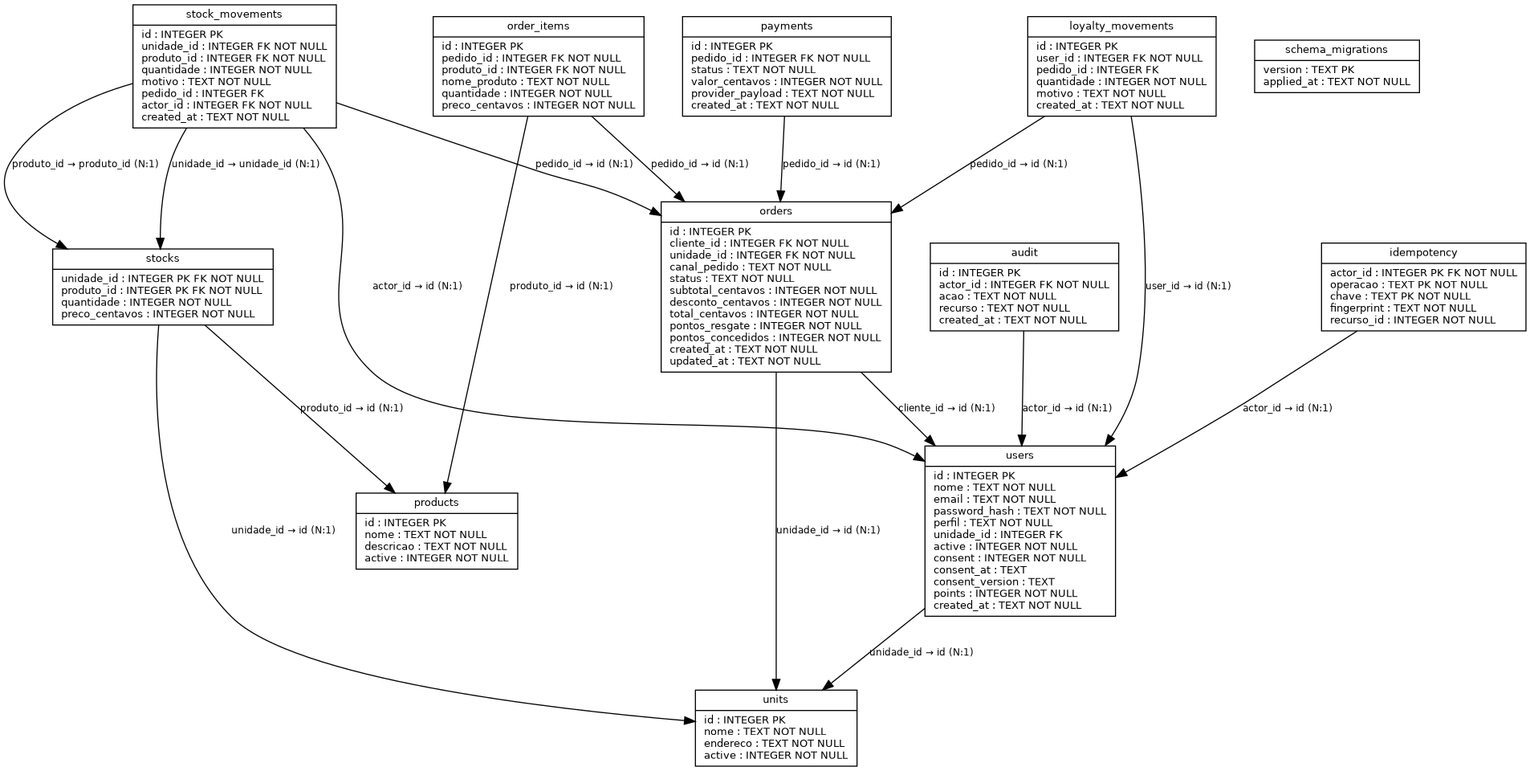
Earlier version of the Graphviz export docs/diagramas/der.png (jefersonrivaldo/raizes-do-nordeste). Its source is kept beside it as docs/diagramas/der.dot. The source it was exported from:
```dot
digraph ER { graph [rankdir=TB, bgcolor="white", nodesep=0.5, ranksep=0.8]; node [shape=record,fontname="DejaVu Sans",fontsize=10]; edge [fontname="DejaVu Sans",fontsize=9];audit [label="{audit|id : INTEGER PK\lactor_id : INTEGER FK NOT NULL\lacao : TEXT NOT NULL\lrecurso : TEXT NOT NULL\lcreated_at : TEXT NOT NULL\l}"];
idempotency [label="{idempotency|actor_id : INTEGER PK FK NOT NULL\loperacao : TEXT PK NOT NULL\lchave : TEXT PK NOT NULL\lfingerprint : TEXT NOT NULL\lrecurso_id : INTEGER NOT NULL\l}"];
loyalty_movements [label="{loyalty_movements|id : INTEGER PK\luser_id : INTEGER FK NOT NULL\lpedido_id : INTEGER FK\lquantidade : INTEGER NOT NULL\lmotivo : TEXT NOT NULL\lcreated_at : TEXT NOT NULL\l}"];
order_items [label="{order_items|id : INTEGER PK\lpedido_id : INTEGER FK NOT NULL\lproduto_id : INTEGER FK NOT NULL\lnome_produto : TEXT NOT NULL\lquantidade : INTEGER NOT NULL\lpreco_centavos : INTEGER NOT NULL\l}"];
orders [label="{orders|id : INTEGER PK\lcliente_id : INTEGER FK NOT NULL\lunidade_id : INTEGER FK NOT NULL\lcanal_pedido : TEXT NOT NULL\lstatus : TEXT NOT NULL\lsubtotal_centavos : INTEGER NOT NULL\ldesconto_centavos : INTEGER NOT NULL\ltotal_centavos : INTEGER NOT NULL\lpontos_resgate : INTEGER NOT NULL\lpontos_concedidos : INTEGER NOT NULL\lcreated_at : TEXT NOT NULL\lupdated_at : TEXT NOT NULL\l}"];
payments [label="{payments|id : INTEGER PK\lpedido_id : INTEGER FK NOT NULL\lstatus : TEXT NOT NULL\lvalor_centavos : INTEGER NOT NULL\lprovider_payload : TEXT NOT NULL\lcreated_at : TEXT NOT NULL\l}"];
products [label="{products|id : INTEGER PK\lnome : TEXT NOT NULL\ldescricao : TEXT NOT NULL\lactive : INTEGER NOT NULL\l}"];
schema_migrations [label="{schema_migrations|version : TEXT PK\lapplied_at : TEXT NOT NULL\l}"];
stock_movements [label="{stock_movements|id : INTEGER PK\lunidade_id : INTEGER FK NOT NULL\lproduto_id : INTEGER FK NOT NULL\lquantidade : INTEGER NOT NULL\lmotivo : TEXT NOT NULL\lpedido_id : INTEGER FK\lactor_id : INTEGER FK NOT NULL\lcreated_at : TEXT NOT NULL\l}"];
stocks [label="{stocks|unidade_id : INTEGER PK FK NOT NULL\lproduto_id : INTEGER PK FK NOT NULL\lquantidade : INTEGER NOT NULL\lpreco_centavos : INTEGER NOT NULL\l}"];
units [label="{units|id : INTEGER PK\lnome : TEXT NOT NULL\lendereco : TEXT NOT NULL\lactive : INTEGER NOT NULL\l}"];
users [label="{users|id : INTEGER PK\lnome : TEXT NOT NULL\lemail : TEXT NOT NULL\lpassword_hash : TEXT NOT NULL\lperfil : TEXT NOT NULL\lunidade_id : INTEGER FK\lactive : INTEGER NOT NULL\lconsent : INTEGER NOT NULL\lconsent_at : TEXT\lconsent_version : TEXT\lpoints : INTEGER NOT NULL\lcreated_at : TEXT NOT NULL\l}"];
audit -> users [label="actor_id → id (N:1)"];
idempotency -> users [label="actor_id → id (N:1)"];
loyalty_movements -> orders [label="pedido_id → id (N:1)"];
loyalty_movements -> users [label="user_id → id (N:1)"];
order_items -> products [label="produto_id → id (N:1)"];
order_items -> orders [label="pedido_id → id (N:1)"];
orders -> units [label="unidade_id → id (N:1)"];
orders -> users [label="cliente_id → id (N:1)"];
payments -> orders [label="pedido_id → id (N:1)"];
stock_movements -> stocks [label="unidade_id → unidade_id (N:1)"];
stock_movements -> stocks [label="produto_id → produto_id (N:1)"];
stock_movements -> users [label="actor_id → id (N:1)"];
stock_movements -> orders [label="pedido_id → id (N:1)"];
stocks -> products [label="produto_id → id (N:1)"];
stocks -> units [label="unidade_id → id (N:1)"];
users -> units [label="unidade_id → id (N:1)"];}
```
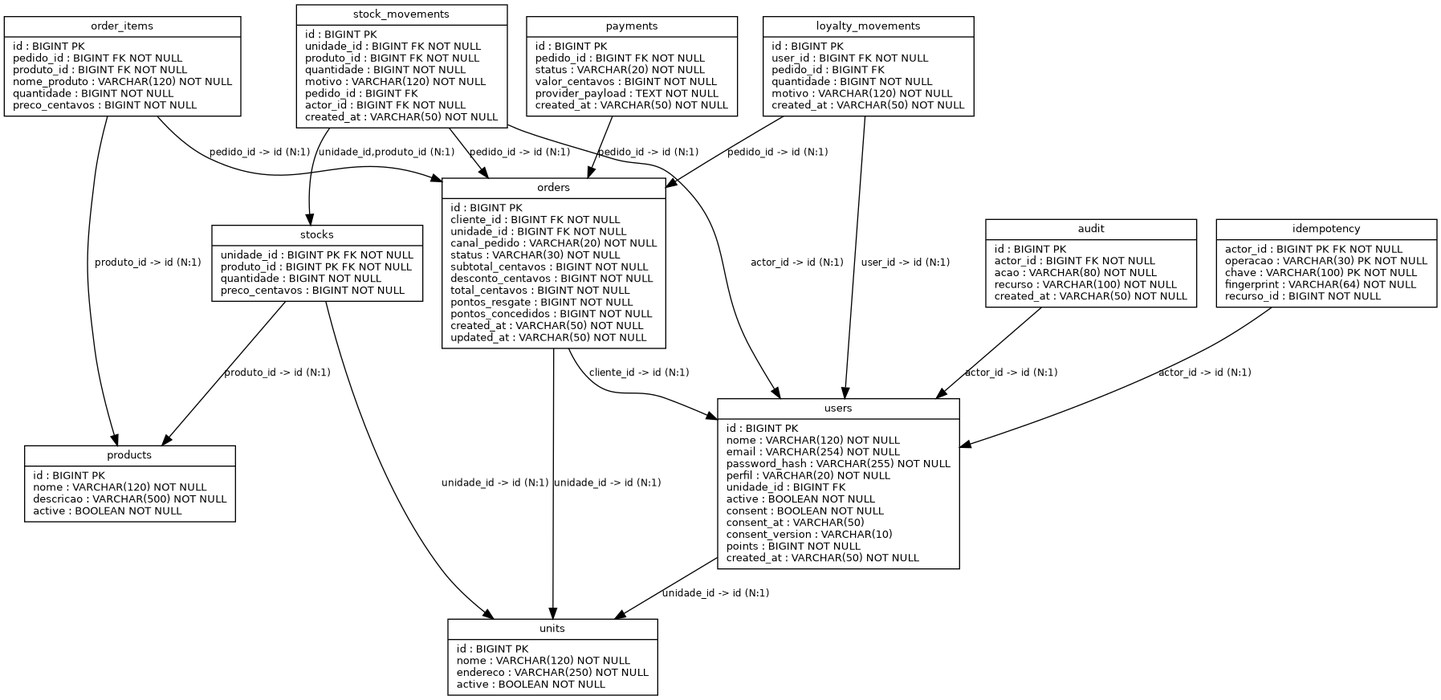
The same file after the commit.

The edit, as a diff of the source:
```diff
@@ -1,28 +1,28 @@
-digraph ER { graph [rankdir=TB, bgcolor="white", nodesep=0.5, ranksep=0.8]; node [shape=record,fontname="DejaVu Sans",fontsize=10]; edge [fontname="DejaVu Sans",fontsize=9];audit [label="{audit|id : INTEGER PK\lactor_id : INTEGER FK NOT NULL\lacao : TEXT NOT NULL\lrecurso : TEXT NOT NULL\lcreated_at : TEXT NOT NULL\l}"];
-idempotency [label="{idempotency|actor_id : INTEGER PK FK NOT NULL\loperacao : TEXT PK NOT NULL\lchave : TEXT PK NOT NULL\lfingerprint : TEXT NOT NULL\lrecurso_id : INTEGER NOT NULL\l}"];
-loyalty_movements [label="{loyalty_movements|id : INTEGER PK\luser_id : INTEGER FK NOT NULL\lpedido_id : INTEGER FK\lquantidade : INTEGER NOT NULL\lmotivo : TEXT NOT NULL\lcreated_at : TEXT NOT NULL\l}"];
-order_items [label="{order_items|id : INTEGER PK\lpedido_id : INTEGER FK NOT NULL\lproduto_id : INTEGER FK NOT NULL\lnome_produto : TEXT NOT NULL\lquantidade : INTEGER NOT NULL\lpreco_centavos : INTEGER NOT NULL\l}"];
-orders [label="{orders|id : INTEGER PK\lcliente_id : INTEGER FK NOT NULL\lunidade_id : INTEGER FK NOT NULL\lcanal_pedido : TEXT NOT NULL\lstatus : TEXT NOT NULL\lsubtotal_centavos : INTEGER NOT NULL\ldesconto_centavos : INTEGER NOT NULL\ltotal_centavos : INTEGER NOT NULL\lpontos_resgate : INTEGER NOT NULL\lpontos_concedidos : INTEGER NOT NULL\lcreated_at : TEXT NOT NULL\lupdated_at : TEXT NOT NULL\l}"];
-payments [label="{payments|id : INTEGER PK\lpedido_id : INTEGER FK NOT NULL\lstatus : TEXT NOT NULL\lvalor_centavos : INTEGER NOT NULL\lprovider_payload : TEXT NOT NULL\lcreated_at : TEXT NOT NULL\l}"];
-products [label="{products|id : INTEGER PK\lnome : TEXT NOT NULL\ldescricao : TEXT NOT NULL\lactive : INTEGER NOT NULL\l}"];
-schema_migrations [label="{schema_migrations|version : TEXT PK\lapplied_at : TEXT NOT NULL\l}"];
-stock_movements [label="{stock_movements|id : INTEGER PK\lunidade_id : INTEGER FK NOT NULL\lproduto_id : INTEGER FK NOT NULL\lquantidade : INTEGER NOT NULL\lmotivo : TEXT NOT NULL\lpedido_id : INTEGER FK\lactor_id : INTEGER FK NOT NULL\lcreated_at : TEXT NOT NULL\l}"];
-stocks [label="{stocks|unidade_id : INTEGER PK FK NOT NULL\lproduto_id : INTEGER PK FK NOT NULL\lquantidade : INTEGER NOT NULL\lpreco_centavos : INTEGER NOT NULL\l}"];
-units [label="{units|id : INTEGER PK\lnome : TEXT NOT NULL\lendereco : TEXT NOT NULL\lactive : INTEGER NOT NULL\l}"];
-users [label="{users|id : INTEGER PK\lnome : TEXT NOT NULL\lemail : TEXT NOT NULL\lpassword_hash : TEXT NOT NULL\lperfil : TEXT NOT NULL\lunidade_id : INTEGER FK\lactive : INTEGER NOT NULL\lconsent : INTEGER NOT NULL\lconsent_at : TEXT\lconsent_version : TEXT\lpoints : INTEGER NOT NULL\lcreated_at : TEXT NOT NULL\l}"];
-audit -> users [label="actor_id → id (N:1)"];
-idempotency -> users [label="actor_id → id (N:1)"];
-loyalty_movements -> orders [label="pedido_id → id (N:1)"];
-loyalty_movements -> users [label="user_id → id (N:1)"];
-order_items -> products [label="produto_id → id (N:1)"];
-order_items -> orders [label="pedido_id → id (N:1)"];
-orders -> units [label="unidade_id → id (N:1)"];
-orders -> users [label="cliente_id → id (N:1)"];
-payments -> orders [label="pedido_id → id (N:1)"];
-stock_movements -> stocks [label="unidade_id → unidade_id (N:1)"];
-stock_movements -> stocks [label="produto_id → produto_id (N:1)"];
-stock_movements -> users [label="actor_id → id (N:1)"];
-stock_movements -> orders [label="pedido_id → id (N:1)"];
-stocks -> products [label="produto_id → id (N:1)"];
-stocks -> units [label="unidade_id → id (N:1)"];
-users -> units [label="unidade_id → id (N:1)"];}
+digraph ER { graph [rankdir=TB,bgcolor="white"];node [shape=record,fontname="DejaVu Sans",fontsize=10];edge [fontname="DejaVu Sans",fontsize=9];
+units [label="{units|id : BIGINT PK\lnome : VARCHAR(120) NOT NULL\lendereco : VARCHAR(250) NOT NULL\lactive : BOOLEAN NOT NULL\l}"];
+users [label="{users|id : BIGINT PK\lnome : VARCHAR(120) NOT NULL\lemail : VARCHAR(254) NOT NULL\lpassword_hash : VARCHAR(255) NOT NULL\lperfil : VARCHAR(20) NOT NULL\lunidade_id : BIGINT FK\lactive : BOOLEAN NOT NULL\lconsent : BOOLEAN NOT NULL\lconsent_at : VARCHAR(50)\lconsent_version : VARCHAR(10)\lpoints : BIGINT NOT NULL\lcreated_at : VARCHAR(50) NOT NULL\l}"];
+products [label="{products|id : BIGINT PK\lnome : VARCHAR(120) NOT NULL\ldescricao : VARCHAR(500) NOT NULL\lactive : BOOLEAN NOT NULL\l}"];
+stocks [label="{stocks|unidade_id : BIGINT PK FK NOT NULL\lproduto_id : BIGINT PK FK NOT NULL\lquantidade : BIGINT NOT NULL\lpreco_centavos : BIGINT NOT NULL\l}"];
+orders [label="{orders|id : BIGINT PK\lcliente_id : BIGINT FK NOT NULL\lunidade_id : BIGINT FK NOT NULL\lcanal_pedido : VARCHAR(20) NOT NULL\lstatus : VARCHAR(30) NOT NULL\lsubtotal_centavos : BIGINT NOT NULL\ldesconto_centavos : BIGINT NOT NULL\ltotal_centavos : BIGINT NOT NULL\lpontos_resgate : BIGINT NOT NULL\lpontos_concedidos : BIGINT NOT NULL\lcreated_at : VARCHAR(50) NOT NULL\lupdated_at : VARCHAR(50) NOT NULL\l}"];
+order_items [label="{order_items|id : BIGINT PK\lpedido_id : BIGINT FK NOT NULL\lproduto_id : BIGINT FK NOT NULL\lnome_produto : VARCHAR(120) NOT NULL\lquantidade : BIGINT NOT NULL\lpreco_centavos : BIGINT NOT NULL\l}"];
+payments [label="{payments|id : BIGINT PK\lpedido_id : BIGINT FK NOT NULL\lstatus : VARCHAR(20) NOT NULL\lvalor_centavos : BIGINT NOT NULL\lprovider_payload : TEXT NOT NULL\lcreated_at : VARCHAR(50) NOT NULL\l}"];
+stock_movements [label="{stock_movements|id : BIGINT PK\lunidade_id : BIGINT FK NOT NULL\lproduto_id : BIGINT FK NOT NULL\lquantidade : BIGINT NOT NULL\lmotivo : VARCHAR(120) NOT NULL\lpedido_id : BIGINT FK\lactor_id : BIGINT FK NOT NULL\lcreated_at : VARCHAR(50) NOT NULL\l}"];
+loyalty_movements [label="{loyalty_movements|id : BIGINT PK\luser_id : BIGINT FK NOT NULL\lpedido_id : BIGINT FK\lquantidade : BIGINT NOT NULL\lmotivo : VARCHAR(120) NOT NULL\lcreated_at : VARCHAR(50) NOT NULL\l}"];
+audit [label="{audit|id : BIGINT PK\lactor_id : BIGINT FK NOT NULL\lacao : VARCHAR(80) NOT NULL\lrecurso : VARCHAR(100) NOT NULL\lcreated_at : VARCHAR(50) NOT NULL\l}"];
+idempotency [label="{idempotency|actor_id : BIGINT PK FK NOT NULL\loperacao : VARCHAR(30) PK NOT NULL\lchave : VARCHAR(100) PK NOT NULL\lfingerprint : VARCHAR(64) NOT NULL\lrecurso_id : BIGINT NOT NULL\l}"];
+users -> units [label="unidade_id -> id (N:1)"];
+stocks -> units [label="unidade_id -> id (N:1)"];
+stocks -> products [label="produto_id -> id (N:1)"];
+orders -> users [label="cliente_id -> id (N:1)"];
+orders -> units [label="unidade_id -> id (N:1)"];
+order_items -> orders [label="pedido_id -> id (N:1)"];
+order_items -> products [label="produto_id -> id (N:1)"];
+payments -> orders [label="pedido_id -> id (N:1)"];
+stock_movements -> orders [label="pedido_id -> id (N:1)"];
+stock_movements -> users [label="actor_id -> id (N:1)"];
+stock_movements -> stocks [label="unidade_id,produto_id (N:1)"];
+loyalty_movements -> users [label="user_id -> id (N:1)"];
+loyalty_movements -> orders [label="pedido_id -> id (N:1)"];
+audit -> users [label="actor_id -> id (N:1)"];
+idempotency -> users [label="actor_id -> id (N:1)"];
+}
```
